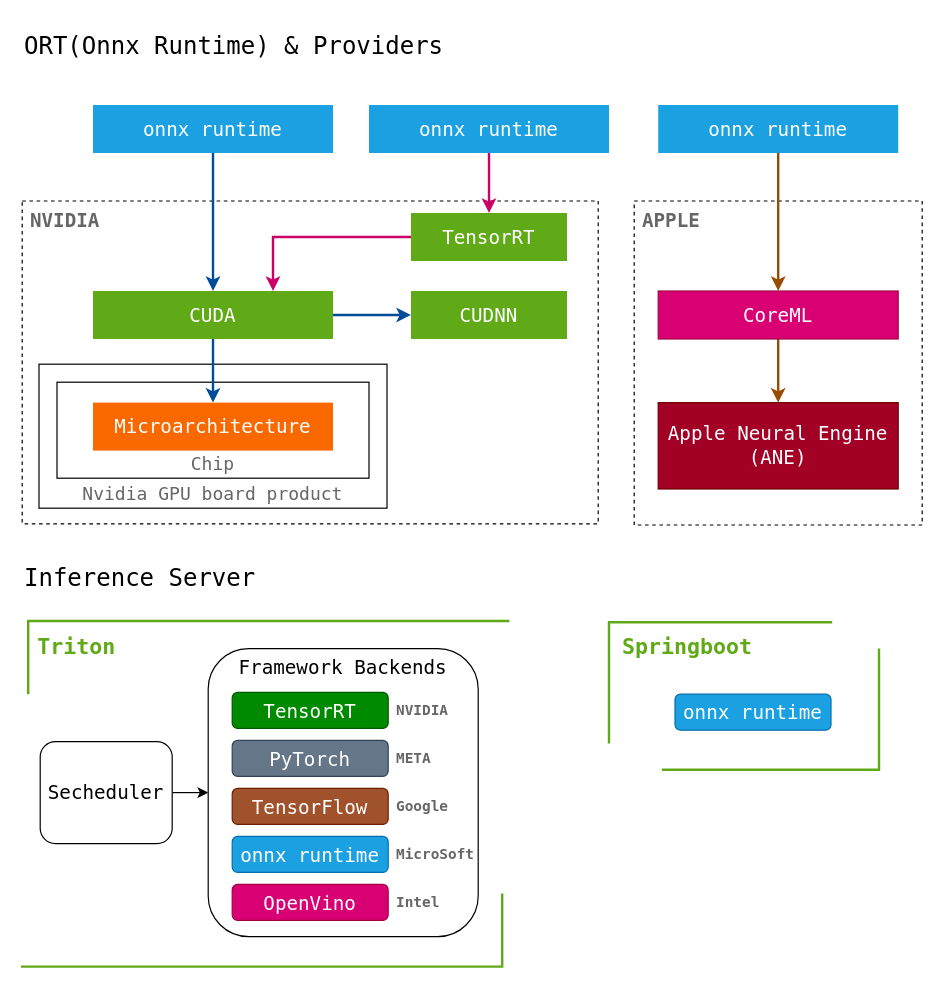
Before: doc/onnx.drawio in feuyeux/hello-ort, a draw.io diagram. Source tidied: cells renumbered, new cells numbered last; positions are measured from the earlier drawing's top-left corner, leaving out a move shared by most shapes. Both pictures are drawn from the tidied source at 120%, with x=0, y=0 at pixel (22, 20).
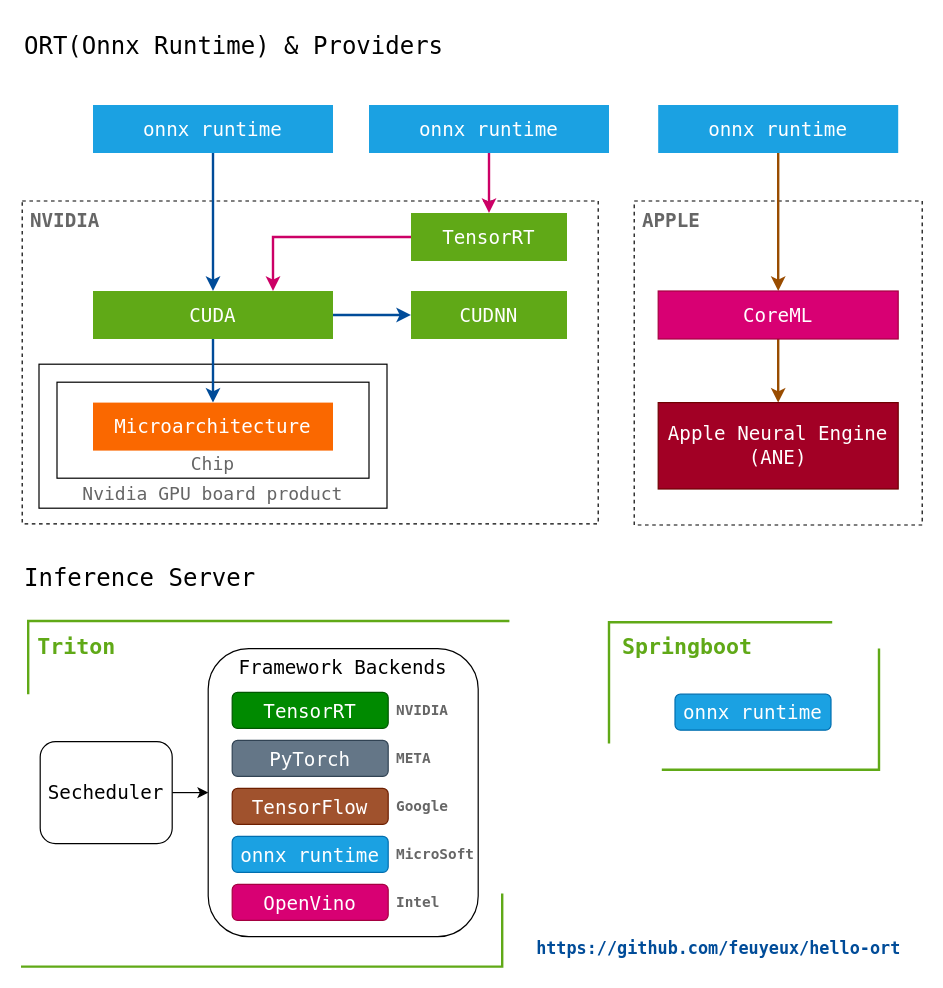
The same page after the edit.

Diff of the diagram source:
```diff
@@
+    <mxCell id="44" value="https://github.com/feuyeux/hello-ort" style="text;html=1;align=center;verticalAlign=middle;strokeColor=none;fillColor=none;fontFamily=Lucida Console;fontStyle=1;fontSize=14;fontColor=#004C99;" parent="1" vertex="1">
+      <mxGeometry x="410" y="758" width="340" height="30" as="geometry" />
+    </mxCell>
```
